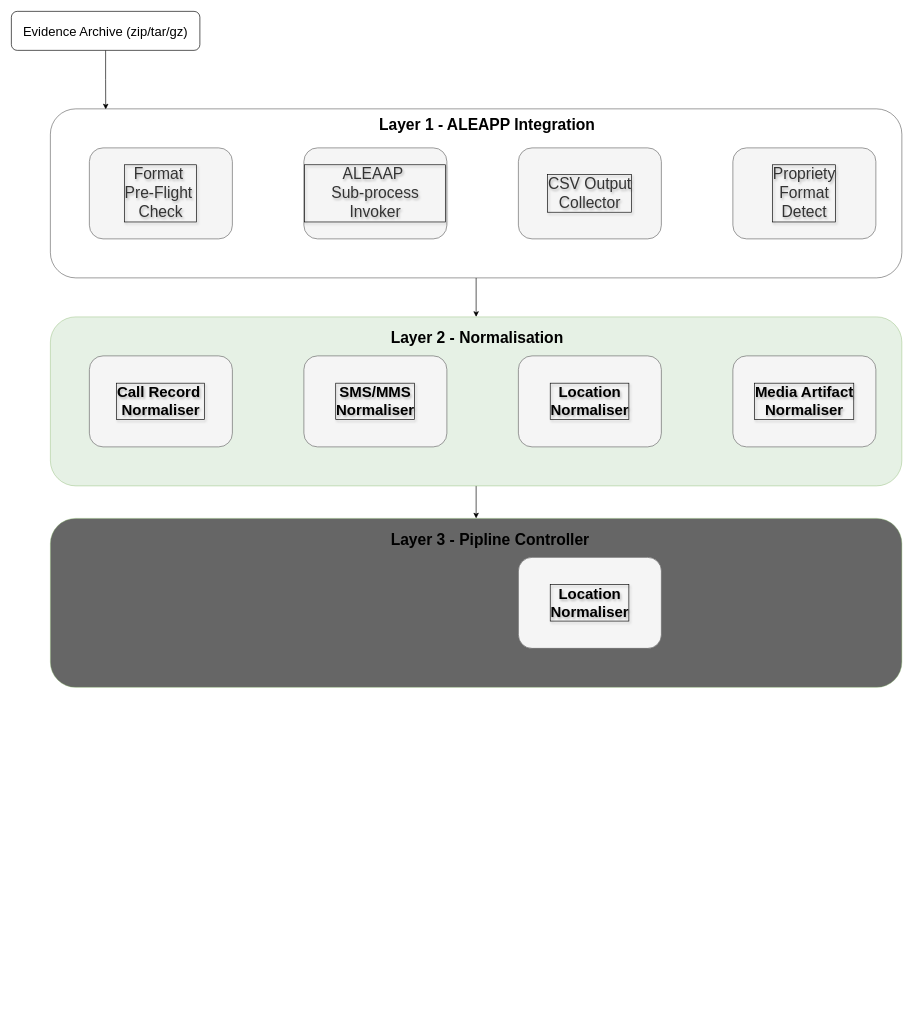
This is Untitled Diagram.drawio from CS-Krishna/Draw.io, a draw.io file, before an edit. Source tidied: cells renumbered, new cells numbered last; positions are measured from the earlier drawing's top-left corner, leaving out a move shared by most shapes. Both pictures are drawn from the tidied source at 65%, with x=0, y=0 at pixel (11, 11).
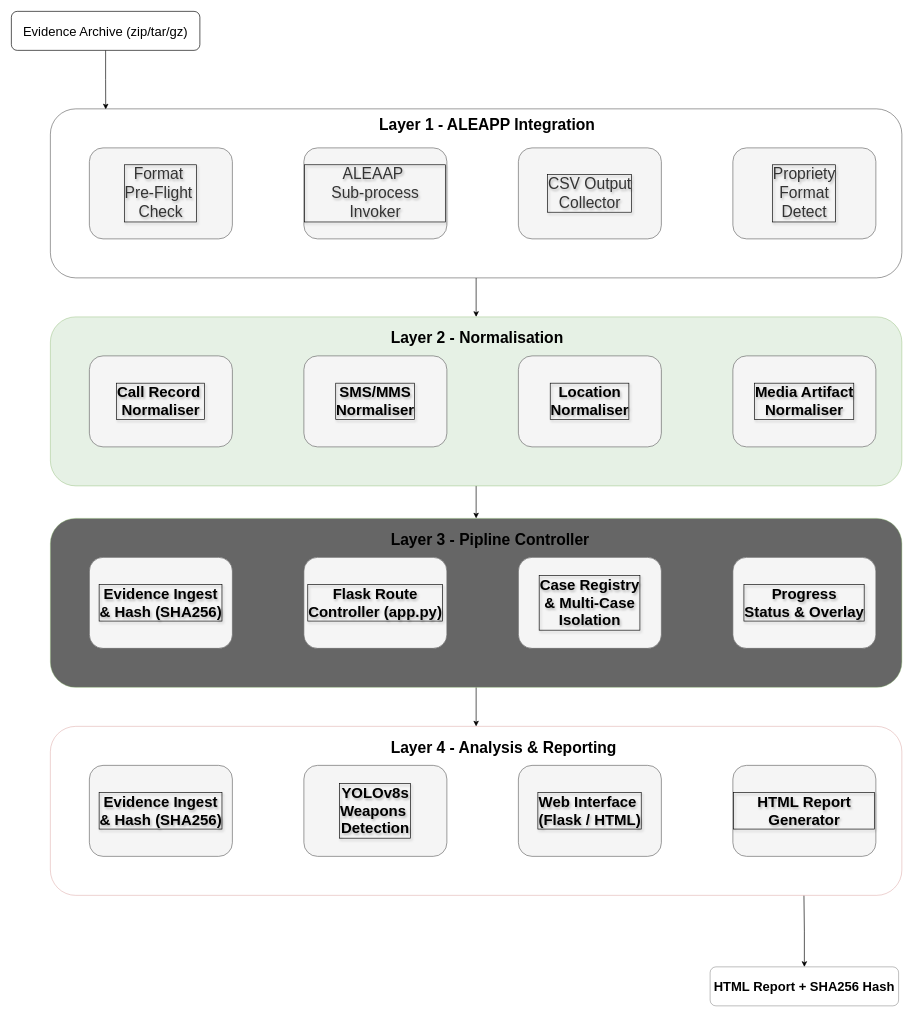
After the change.

The change refers to these unchanged cells:
```xml
<mxCell id="16" value="&lt;div style=&quot;line-height: 100%;&quot;&gt;&lt;font style=&quot;font-size: 24px;&quot;&gt;&lt;span style=&quot;&quot;&gt;&lt;b&gt;Layer 3 - Pipline Controller&lt;/b&gt;&lt;/span&gt;&lt;/font&gt;&lt;/div&gt;" style="whiteSpace=wrap;html=1;fillColor=light-dark(#000000,#FFF4C3);rounded=1;align=left;spacingBottom=195;spacingLeft=522;fontSize=17;labelBackgroundColor=none;opacity=60;strokeColor=#82b366;fontColor=light-dark(#000000,#FFC570);" parent="1" vertex="1">
  <mxGeometry x="60" y="780" width="1310" height="260" as="geometry" />
</mxCell>
```

Diff of the diagram source:
```diff
@@
+    <mxCell id="18" style="edgeStyle=orthogonalEdgeStyle;rounded=0;jettySize=auto;html=1;exitX=0.5;exitY=1;exitDx=0;exitDy=0;entryX=0.5;entryY=0;entryDx=0;entryDy=0;" parent="1" edge="1" source="16" target="22">
+      <mxGeometry relative="1" as="geometry" />
+    </mxCell>
@@
-    <mxCell id="17" value="&lt;div&gt;&lt;b&gt;&lt;font style=&quot;font-size: 23px;&quot;&gt;Location&lt;/font&gt;&lt;/b&gt;&lt;/div&gt;&lt;div&gt;&lt;b&gt;&lt;font style=&quot;font-size: 23px;&quot;&gt;Normaliser&lt;/font&gt;&lt;/b&gt;&lt;/div&gt;" style="rounded=1;whiteSpace=wrap;html=1;textShadow=1;labelBorderColor=default;fillColor=light-dark(#F5F5F5,#FFFFFF);strokeColor=#666666;fontColor=light-dark(#000000,#00CC00);" parent="1" vertex="1">
+    <mxCell id="17" value="&lt;div&gt;&lt;b&gt;&lt;font style=&quot;font-size: 23px;&quot;&gt;Case Registry&lt;/font&gt;&lt;/b&gt;&lt;/div&gt;&lt;div&gt;&lt;b&gt;&lt;font style=&quot;font-size: 23px;&quot;&gt;&amp;amp; Multi-Case&lt;/font&gt;&lt;/b&gt;&lt;/div&gt;&lt;div&gt;&lt;b&gt;&lt;font style=&quot;font-size: 23px;&quot;&gt;Isolation&lt;/font&gt;&lt;/b&gt;&lt;/div&gt;" style="rounded=1;whiteSpace=wrap;html=1;textShadow=1;labelBorderColor=default;fillColor=light-dark(#F5F5F5,#FFFFFF);strokeColor=#666666;fontColor=light-dark(#000000,#FFC570);" parent="1" vertex="1">
       <mxGeometry x="780" y="840" width="220" height="140" as="geometry" />
     </mxCell>
+    <mxCell id="19" value="&lt;div&gt;&lt;b&gt;&lt;font style=&quot;font-size: 23px;&quot;&gt;Flask Route&lt;/font&gt;&lt;/b&gt;&lt;/div&gt;&lt;div&gt;&lt;b&gt;&lt;font style=&quot;font-size: 23px;&quot;&gt;Controller (app.py)&lt;/font&gt;&lt;/b&gt;&lt;/div&gt;" style="rounded=1;whiteSpace=wrap;html=1;textShadow=1;labelBorderColor=default;fillColor=light-dark(#F5F5F5,#FFFFFF);strokeColor=#666666;fontColor=light-dark(#000000,#FFC570);" parent="1" vertex="1">
+      <mxGeometry x="450" y="840" width="220" height="140" as="geometry" />
+    </mxCell>
+    <mxCell id="20" value="&lt;div&gt;&lt;b&gt;&lt;font style=&quot;font-size: 23px;&quot;&gt;Evidence Ingest&lt;/font&gt;&lt;/b&gt;&lt;/div&gt;&lt;div&gt;&lt;b&gt;&lt;font style=&quot;font-size: 23px;&quot;&gt;&amp;amp; Hash (SHA256)&lt;/font&gt;&lt;/b&gt;&lt;/div&gt;" style="rounded=1;whiteSpace=wrap;html=1;textShadow=1;labelBorderColor=default;fillColor=light-dark(#F5F5F5,#FFFFFF);strokeColor=#666666;fontColor=light-dark(#000000,#FFC570);" parent="1" vertex="1">
+      <mxGeometry x="120" y="840" width="220" height="140" as="geometry" />
+    </mxCell>
+    <mxCell id="21" value="&lt;div&gt;&lt;b&gt;&lt;font style=&quot;font-size: 23px;&quot;&gt;Progress&lt;/font&gt;&lt;/b&gt;&lt;/div&gt;&lt;div&gt;&lt;b&gt;&lt;font style=&quot;font-size: 23px;&quot;&gt;Status &amp;amp; Overlay&lt;/font&gt;&lt;/b&gt;&lt;/div&gt;" style="rounded=1;whiteSpace=wrap;html=1;textShadow=1;labelBorderColor=default;fillColor=light-dark(#F5F5F5,#FFFFFF);strokeColor=#666666;fontColor=light-dark(#000000,#FFC570);" parent="1" vertex="1">
+      <mxGeometry x="1110" y="840" width="220" height="140" as="geometry" />
+    </mxCell>
+    <mxCell id="22" value="&lt;div style=&quot;line-height: 100%;&quot;&gt;&lt;font style=&quot;font-size: 24px;&quot;&gt;&lt;span style=&quot;&quot;&gt;&lt;b&gt;Layer 4 - Analysis &amp;amp; Reporting&lt;/b&gt;&lt;/span&gt;&lt;/font&gt;&lt;/div&gt;" style="whiteSpace=wrap;html=1;fillColor=light-dark(#FFFFFF,#990000);rounded=1;align=left;spacingBottom=195;spacingLeft=522;fontSize=17;labelBackgroundColor=none;opacity=40;strokeColor=#b85450;gradientColor=none;fontColor=light-dark(#000000,#FF3333);" parent="1" vertex="1">
+      <mxGeometry x="60" y="1100" width="1310" height="260" as="geometry" />
+    </mxCell>
+    <mxCell id="23" value="&lt;div&gt;&lt;b&gt;&lt;font style=&quot;font-size: 23px;&quot;&gt;Evidence Ingest&lt;/font&gt;&lt;/b&gt;&lt;/div&gt;&lt;div&gt;&lt;b&gt;&lt;font style=&quot;font-size: 23px;&quot;&gt;&amp;amp; Hash (SHA256)&lt;/font&gt;&lt;/b&gt;&lt;/div&gt;" style="rounded=1;whiteSpace=wrap;html=1;textShadow=1;labelBorderColor=default;fillColor=light-dark(#F5F5F5,#FFFFFF);strokeColor=#666666;fontColor=light-dark(#000000,#FF3333);" parent="1" vertex="1">
+      <mxGeometry x="120" y="1160" width="220" height="140" as="geometry" />
+    </mxCell>
+    <mxCell id="24" value="&lt;div&gt;&lt;b&gt;&lt;font style=&quot;font-size: 23px;&quot;&gt;YOLOv8s&lt;/font&gt;&lt;/b&gt;&lt;/div&gt;&lt;div&gt;&lt;b&gt;&lt;font style=&quot;font-size: 23px;&quot;&gt;Weapons&amp;nbsp;&lt;/font&gt;&lt;/b&gt;&lt;/div&gt;&lt;div&gt;&lt;b&gt;&lt;font style=&quot;font-size: 23px;&quot;&gt;Detection&lt;/font&gt;&lt;/b&gt;&lt;/div&gt;" style="rounded=1;whiteSpace=wrap;html=1;textShadow=1;labelBorderColor=default;fillColor=light-dark(#F5F5F5,#FFFFFF);strokeColor=#666666;fontColor=light-dark(#000000,#FF3333);" parent="1" vertex="1">
+      <mxGeometry x="450" y="1160" width="220" height="140" as="geometry" />
+    </mxCell>
+    <mxCell id="25" value="&lt;div&gt;&lt;b&gt;&lt;font style=&quot;font-size: 23px;&quot;&gt;Web Interface&amp;nbsp;&lt;/font&gt;&lt;/b&gt;&lt;/div&gt;&lt;div&gt;&lt;b&gt;&lt;font style=&quot;font-size: 23px;&quot;&gt;(Flask / HTML)&lt;/font&gt;&lt;/b&gt;&lt;/div&gt;" style="rounded=1;whiteSpace=wrap;html=1;textShadow=1;labelBorderColor=default;fillColor=light-dark(#F5F5F5,#FFFFFF);strokeColor=#666666;fontColor=light-dark(#000000,#FF3333);" parent="1" vertex="1">
+      <mxGeometry x="780" y="1160" width="220" height="140" as="geometry" />
+    </mxCell>
+    <mxCell id="26" value="&lt;div&gt;&lt;b&gt;&lt;font style=&quot;font-size: 23px;&quot;&gt;HTML Report Generator&lt;/font&gt;&lt;/b&gt;&lt;/div&gt;" style="rounded=1;whiteSpace=wrap;html=1;textShadow=1;labelBorderColor=default;fillColor=light-dark(#F5F5F5,#FFFFFF);strokeColor=#666666;fontColor=light-dark(#000000,#FF3333);" parent="1" vertex="1">
+      <mxGeometry x="1110" y="1160" width="220" height="140" as="geometry" />
+    </mxCell>
+    <mxCell id="27" value="&lt;b&gt;HTML Report + SHA256 Hash&lt;/b&gt;" style="rounded=1;whiteSpace=wrap;html=1;fillColor=light-dark(#FFFFFF,#990000);fontSize=20;opacity=40;fontColor=light-dark(#000000,#FF3333);" parent="1" vertex="1">
+      <mxGeometry x="1075" y="1470" width="290" height="60" as="geometry" />
+    </mxCell>
+    <mxCell id="28" style="edgeStyle=orthogonalEdgeStyle;rounded=0;jettySize=auto;html=1;entryX=0.885;entryY=1.002;entryDx=0;entryDy=0;entryPerimeter=0;startArrow=classic;startFill=1;endArrow=none;endFill=0;" parent="1" edge="1" source="27" target="22">
+      <mxGeometry relative="1" as="geometry" />
+    </mxCell>
```
